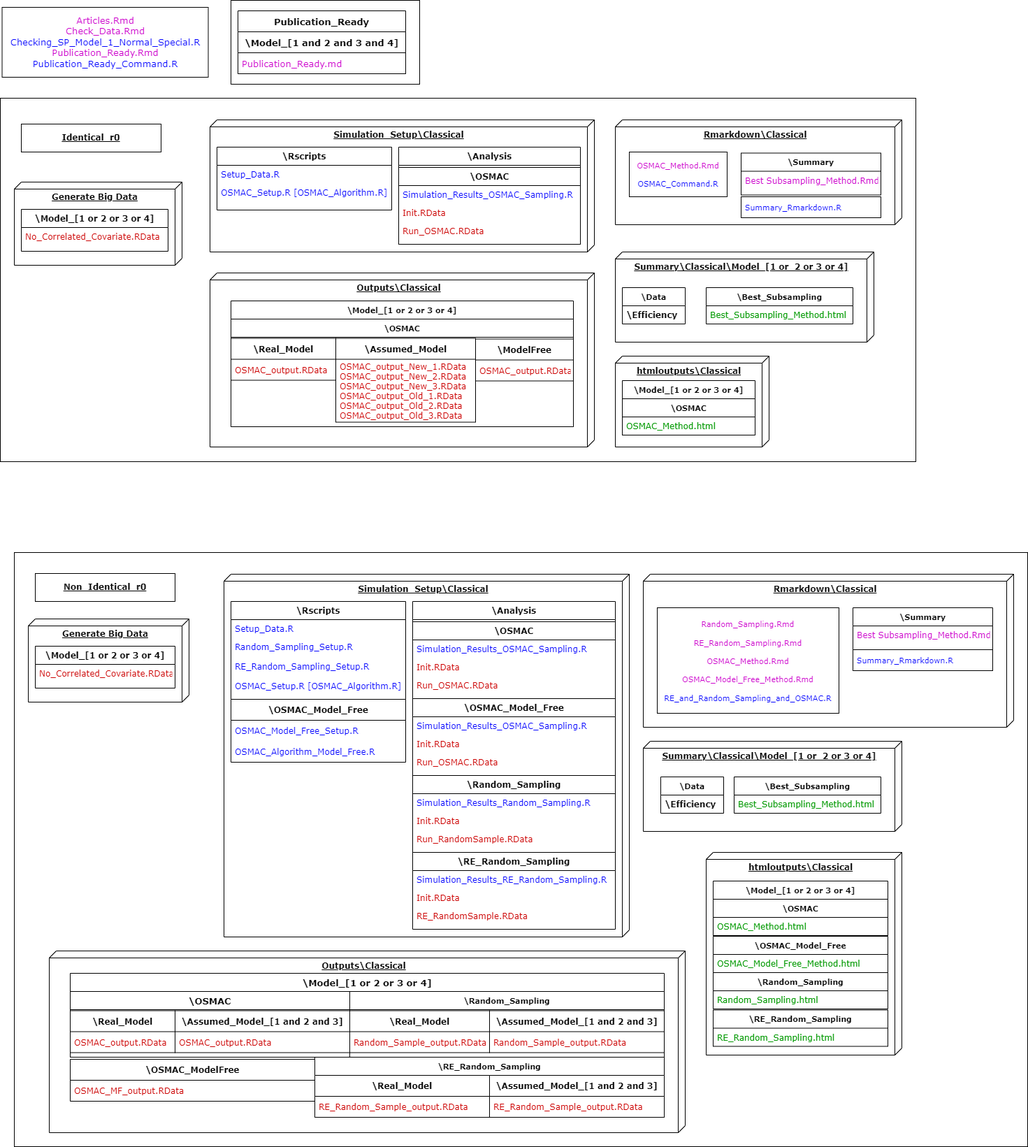
Above: Images/FullDiagram.png in Amalan-ConStat/RS_OS_MROS_PR_TwoVar_Uniform (draw.io), before the change. Source tidied: cells renumbered, new cells last; positions are measured from the earlier drawing's top-left corner, leaving out a move shared by most shapes.
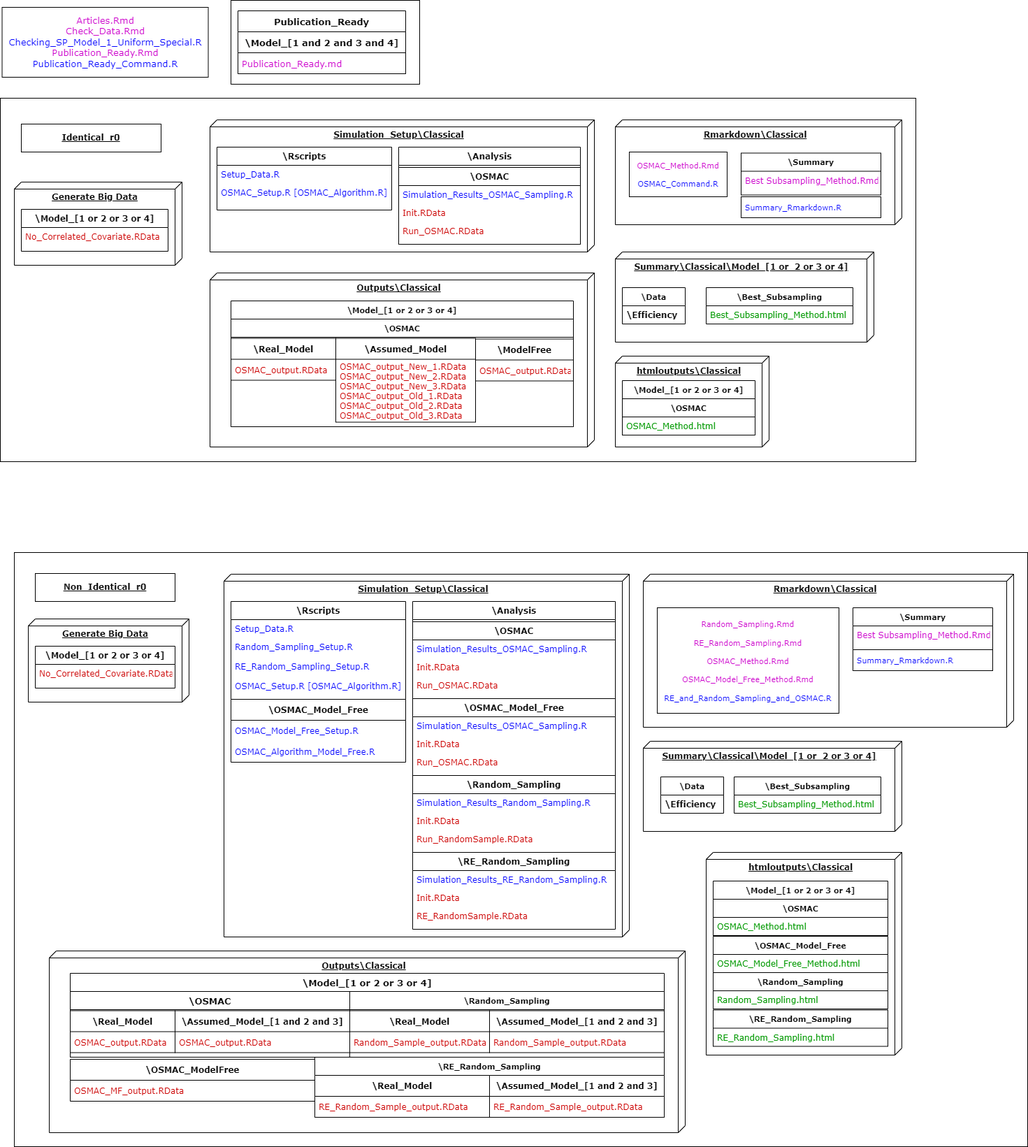
After the change.

Commit message:
Updated manual with diagram and title

Diff of the diagram source:
```diff
@@ -320,7 +320,7 @@
     <mxCell id="107" value="RE_Random_Sampling.html" style="text;strokeColor=none;fillColor=none;align=left;verticalAlign=top;spacingLeft=4;spacingRight=4;overflow=hidden;fontColor=#009900;fontFamily=Verdana;" parent="106" vertex="1">
       <mxGeometry y="26" width="250" height="26" as="geometry" />
     </mxCell>
-    <mxCell id="108" value="&lt;font style=&quot;font-size: 13px&quot;&gt;&lt;font color=&quot;#cc00cc&quot; style=&quot;font-size: 13px&quot;&gt;Articles.Rmd&lt;br&gt;Check_Data.Rmd&lt;/font&gt;&lt;br&gt;&lt;font style=&quot;font-size: 13px&quot;&gt;Checking_SP_Model_1_Normal_Special.R&lt;/font&gt;&lt;br&gt;&lt;font color=&quot;#cc00cc&quot; style=&quot;font-size: 13px&quot;&gt;Publication_Ready.Rmd&lt;/font&gt;&lt;br&gt;&lt;font style=&quot;font-size: 13px&quot;&gt;Publication_Ready_Command.R&lt;/font&gt;&lt;/font&gt;" style="rounded=0;whiteSpace=wrap;html=1;fontFamily=Verdana;fontSize=13;fontColor=#0000FF;" parent="1" vertex="1">
+    <mxCell id="108" value="&lt;font style=&quot;font-size: 13px&quot;&gt;&lt;font color=&quot;#cc00cc&quot; style=&quot;font-size: 13px&quot;&gt;Articles.Rmd&lt;br&gt;Check_Data.Rmd&lt;/font&gt;&lt;br&gt;&lt;font style=&quot;font-size: 13px&quot;&gt;Checking_SP_Model_1_Uniform_Special.R&lt;/font&gt;&lt;br&gt;&lt;font color=&quot;#cc00cc&quot; style=&quot;font-size: 13px&quot;&gt;Publication_Ready.Rmd&lt;/font&gt;&lt;br&gt;&lt;font style=&quot;font-size: 13px&quot;&gt;Publication_Ready_Command.R&lt;/font&gt;&lt;/font&gt;" style="rounded=0;whiteSpace=wrap;html=1;fontFamily=Verdana;fontSize=13;fontColor=#0000FF;" parent="1" vertex="1">
       <mxGeometry x="2.5" y="10" width="295" height="100" as="geometry" />
     </mxCell>
     <mxCell id="109" value="Publication_Ready" style="swimlane;fontStyle=1;horizontal=1;startSize=30;fontFamily=Verdana;fontSize=13;fontColor=#000000;" parent="1" vertex="1">
```
